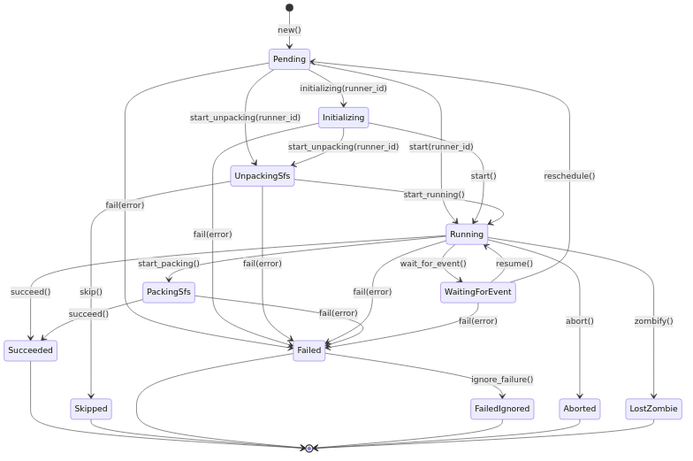
Above: docs/step_machine.png in paninfracon/stormchaser (Mermaid), before the change. Its source is kept beside it as docs/step_machine.mmd.
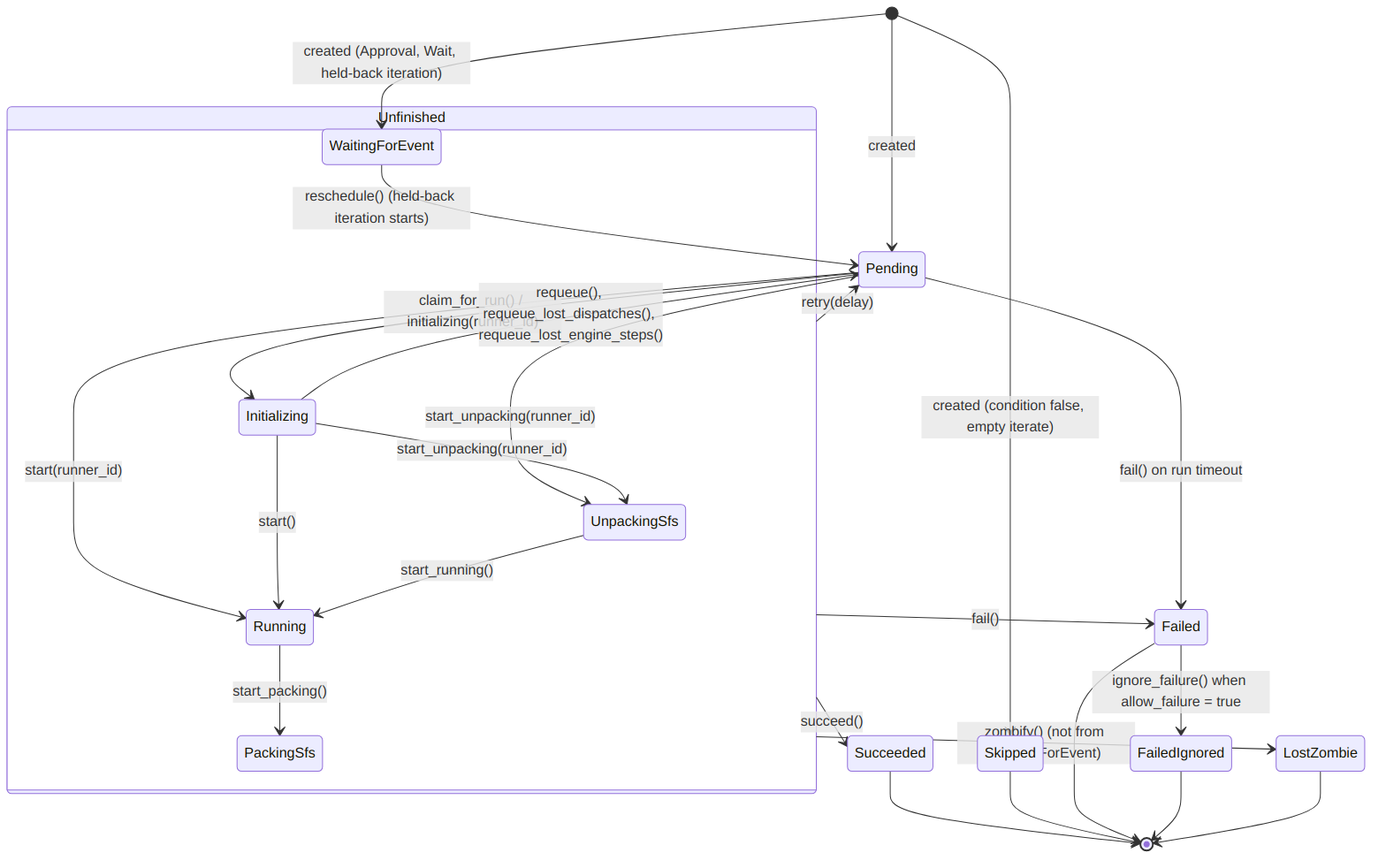
After the change.

Change to the diagram source:
```diff
@@ -1,38 +1,33 @@
 stateDiagram-v2
-    [*] --> Pending: new()
+    [*] --> Pending: created
+    [*] --> WaitingForEvent: created (Approval, Wait, held-back iteration)
+    [*] --> Skipped: created (condition false, empty iterate)
 
-    Pending --> Initializing: initializing(runner_id)
+    Pending --> Initializing: claim_for_run() / initializing(runner_id)
+    Pending --> UnpackingSfs: start_unpacking(runner_id)
     Pending --> Running: start(runner_id)
-    Pending --> UnpackingSfs: start_unpacking(runner_id)
-    Pending --> Failed: fail(error)
+    Pending --> Failed: fail() on run timeout
 
-    Initializing --> Running: start()
-    Initializing --> UnpackingSfs: start_unpacking(runner_id)
-    Initializing --> Failed: fail(error)
+    state Unfinished {
+        Initializing --> UnpackingSfs: start_unpacking(runner_id)
+        Initializing --> Running: start()
+        UnpackingSfs --> Running: start_running()
+        Running --> PackingSfs: start_packing()
+        WaitingForEvent
+    }
 
-    UnpackingSfs --> Running: start_running()
-    UnpackingSfs --> Failed: fail(error)
-    UnpackingSfs --> Skipped: skip()
+    Initializing --> Pending: requeue(), requeue_lost_dispatches(), requeue_lost_engine_steps()
+    WaitingForEvent --> Pending: reschedule() (held-back iteration starts)
 
-    Running --> PackingSfs: start_packing()
-    Running --> Succeeded: succeed()
-    Running --> Failed: fail(error)
-    Running --> WaitingForEvent: wait_for_event()
-    Running --> Aborted: abort()
-    Running --> LostZombie: zombify()
+    Unfinished --> Succeeded: succeed()
+    Unfinished --> Failed: fail()
+    Unfinished --> LostZombie: zombify() (not from WaitingForEvent)
+    Unfinished --> Pending: retry(delay)
 
-    PackingSfs --> Succeeded: succeed()
-    PackingSfs --> Failed: fail(error)
-
-    WaitingForEvent --> Running: resume()
-    WaitingForEvent --> Pending: reschedule()
-    WaitingForEvent --> Failed: fail(error)
-
-    Failed --> FailedIgnored: ignore_failure()
+    Failed --> FailedIgnored: ignore_failure() when allow_failure = true
 
     Succeeded --> [*]
     Skipped --> [*]
     Failed --> [*]
     FailedIgnored --> [*]
-    Aborted --> [*]
     LostZombie --> [*]
```
